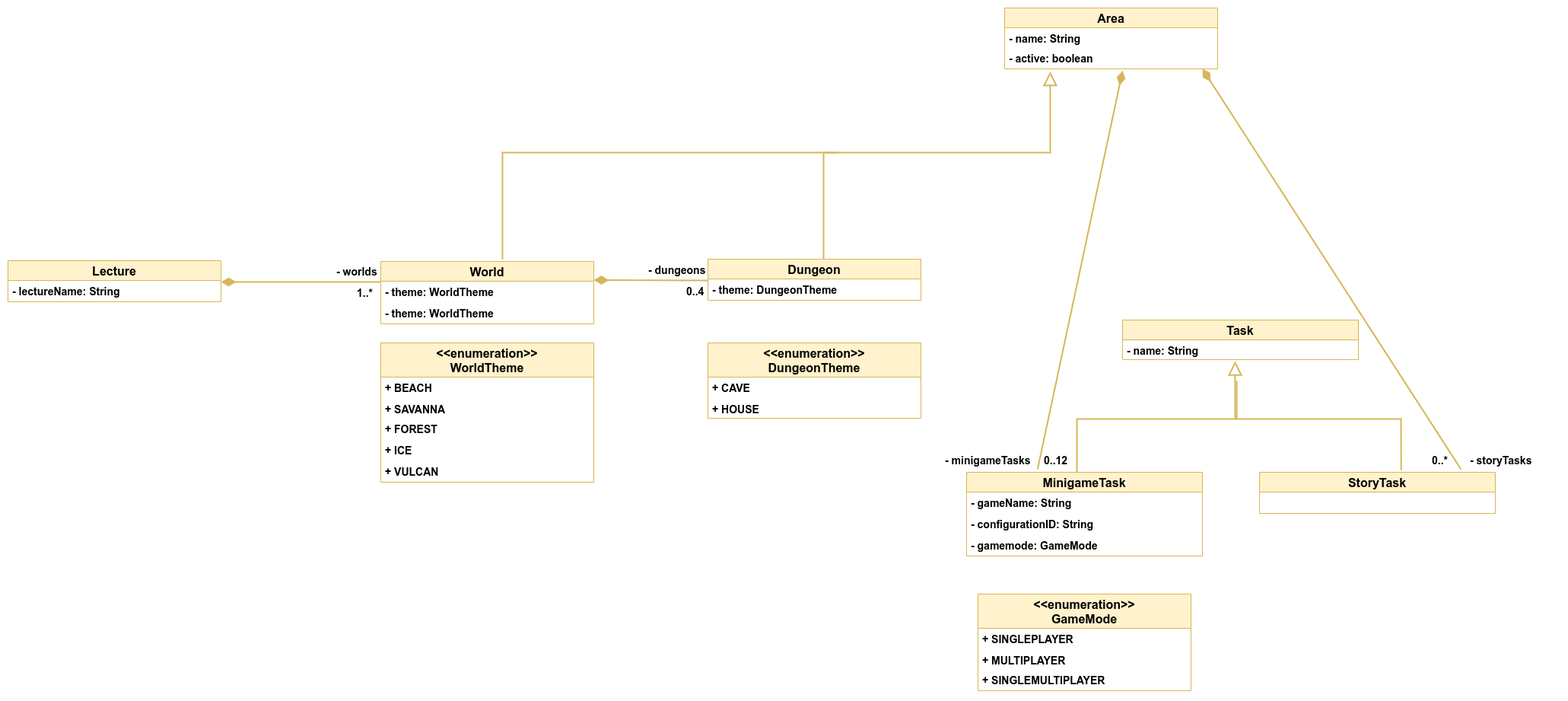
Above: dev-manuals/services/overworld/class-diagram/overworld-class-diagram.png in Gamify-IT/docs (draw.io), before the change. Source tidied: cells renumbered, new cells last; positions are measured from the earlier drawing's top-left corner, leaving out a move shared by most shapes.
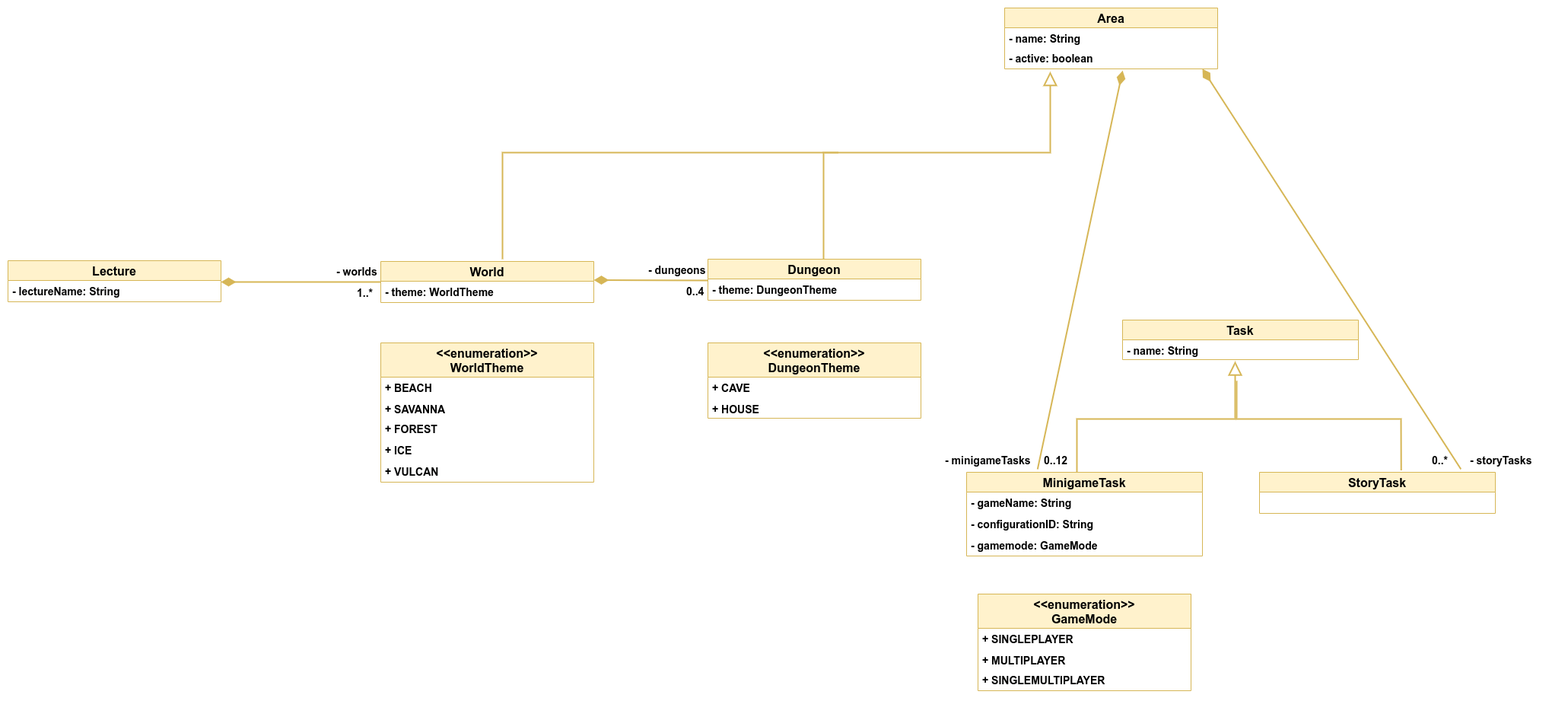
Later version of the same file.

Commit message:
fix class diagram

Change to the diagram source:
```diff
@@ -9,14 +9,11 @@
       <mxGeometry y="26" width="280" height="28" as="geometry" />
     </mxCell>
     <mxCell id="4" value="World" style="swimlane;fontStyle=1;horizontal=1;startSize=26;fillColor=#fff2cc;strokeColor=#d6b656;fontSize=16;" parent="1" vertex="1">
-      <mxGeometry x="490" y="333" width="280" height="82" as="geometry" />
+      <mxGeometry x="490" y="333" width="280" height="54" as="geometry" />
     </mxCell>
     <mxCell id="5" value="- theme: WorldTheme" style="text;strokeColor=none;fillColor=none;align=left;verticalAlign=top;spacingLeft=4;spacingRight=4;overflow=hidden;fontStyle=1;fontSize=14;" parent="4" vertex="1">
       <mxGeometry y="26" width="280" height="28" as="geometry" />
     </mxCell>
-    <mxCell id="6" value="- theme: WorldTheme" style="text;strokeColor=none;fillColor=none;align=left;verticalAlign=top;spacingLeft=4;spacingRight=4;overflow=hidden;fontStyle=1;fontSize=14;" parent="4" vertex="1">
-      <mxGeometry y="54" width="280" height="28" as="geometry" />
-    </mxCell>
     <mxCell id="7" value="1..*" style="html=1;align=right;verticalAlign=top;labelBackgroundColor=#ffffff;fontSize=14;fontStyle=1;" parent="1" vertex="1">
       <mxGeometry x="480" y="360" as="geometry" />
     </mxCell>
```
